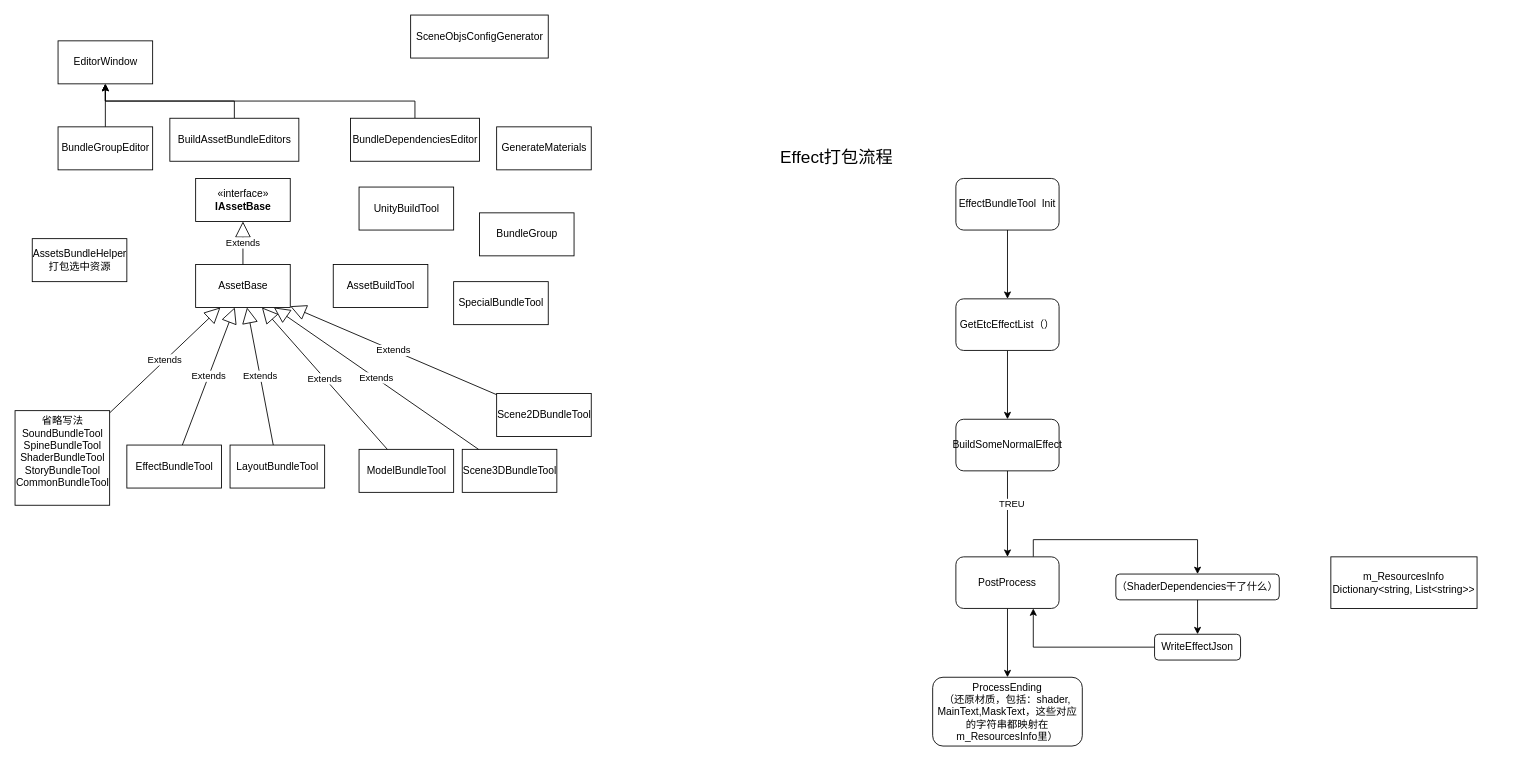
Earlier version of the draw.io diagram PackingModel.drawio (gatzai/DrawioStorage). Source tidied: cells renumbered, new cells numbered last; positions are measured from the earlier drawing's top-left corner, leaving out a move shared by most shapes. Both pictures are drawn from the tidied source at 86%, with x=0, y=0 at pixel (15, 15).
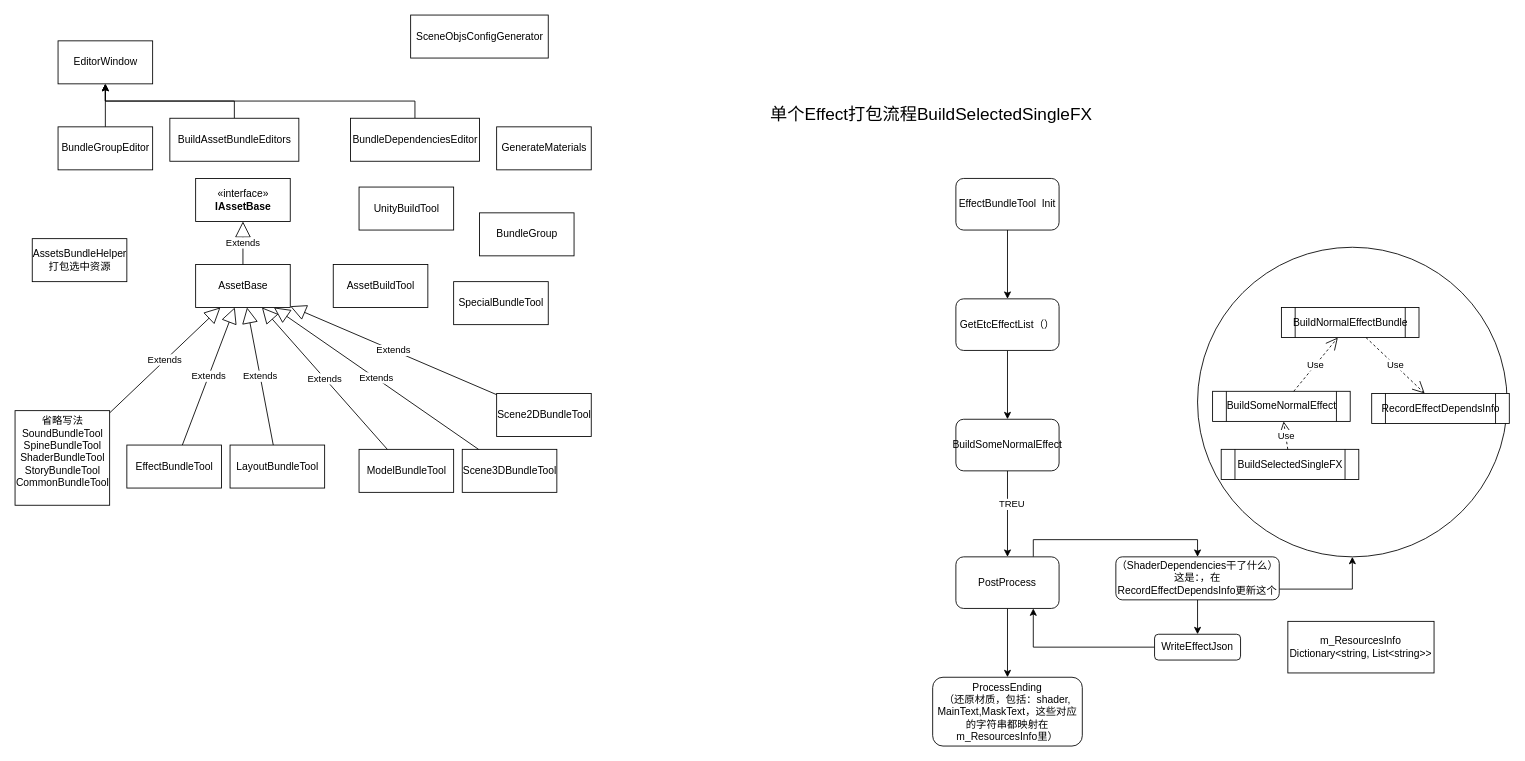
The same page after the edit.

Diff of the diagram source:
```diff
@@
+    <mxCell id="48" style="ellipse;whiteSpace=wrap;html=1;" parent="1" vertex="1">
+      <mxGeometry x="1375" y="270" width="360" height="360" as="geometry" />
+    </mxCell>
@@
     <mxCell id="13" value="m_ResourcesInfo&lt;br&gt;Dictionary&amp;lt;string, List&amp;lt;string&amp;gt;&amp;gt;" style="rounded=0;whiteSpace=wrap;html=1;" parent="1" vertex="1">
-      <mxGeometry x="1530" y="630" width="170" height="60" as="geometry" />
+      <mxGeometry x="1480" y="705" width="170" height="60" as="geometry" />
     </mxCell>
@@
-    <mxCell id="16" value="Effect打包流程" style="text;html=1;align=center;verticalAlign=middle;fontSize=20;" parent="1" vertex="1">
-      <mxGeometry x="880" y="150" width="150" height="30" as="geometry" />
+    <mxCell id="16" value="单个Effect打包流程BuildSelectedSingleFX" style="text;html=1;align=center;verticalAlign=middle;fontSize=20;" parent="1" vertex="1">
+      <mxGeometry x="870" y="100" width="390" height="30" as="geometry" />
     </mxCell>
@@
+    <mxCell id="49" style="edgeStyle=orthogonalEdgeStyle;rounded=0;jettySize=auto;html=1;exitX=1;exitY=0.75;exitDx=0;exitDy=0;" parent="1" edge="1" source="18" target="48">
+      <mxGeometry relative="1" as="geometry" />
+    </mxCell>
-    <mxCell id="18" value="&lt;span style=&quot;font-family: &amp;#34;helvetica&amp;#34;&quot;&gt;（ShaderDependencies干了什么）&lt;/span&gt;" style="rounded=1;whiteSpace=wrap;html=1;" parent="1" vertex="1">
-      <mxGeometry x="1280" y="650" width="190" height="30" as="geometry" />
+    <mxCell id="18" value="&lt;span style=&quot;font-family: &amp;#34;helvetica&amp;#34;&quot;&gt;（ShaderDependencies干了什么）这是：，在&lt;/span&gt;&lt;font face=&quot;helvetica&quot;&gt;RecordEffectDependsInfo更新这个&lt;/font&gt;" style="rounded=1;whiteSpace=wrap;html=1;" parent="1" vertex="1">
+      <mxGeometry x="1280" y="630" width="190" height="50" as="geometry" />
     </mxCell>
@@
+    <mxCell id="50" value="RecordEffectDependsInfo" style="shape=process;whiteSpace=wrap;html=1;backgroundOutline=1;" parent="1" vertex="1">
+      <mxGeometry x="1577.5" y="440" width="160" height="35" as="geometry" />
+    </mxCell>
+    <mxCell id="51" value="BuildNormalEffectBundle" style="shape=process;whiteSpace=wrap;html=1;backgroundOutline=1;" parent="1" vertex="1">
+      <mxGeometry x="1472.5" y="340" width="160" height="35" as="geometry" />
+    </mxCell>
+    <mxCell id="52" value="Use" style="endArrow=open;endSize=12;dashed=1;html=1;" parent="1" edge="1" source="51" target="50">
+      <mxGeometry relative="1" as="geometry" />
+    </mxCell>
+    <mxCell id="53" value="BuildSomeNormalEffect" style="shape=process;whiteSpace=wrap;html=1;backgroundOutline=1;" parent="1" vertex="1">
+      <mxGeometry x="1392.5" y="437.5" width="160" height="35" as="geometry" />
+    </mxCell>
+    <mxCell id="54" value="Use" style="endArrow=open;endSize=12;dashed=1;html=1;" parent="1" edge="1" source="53" target="51">
+      <mxGeometry relative="1" as="geometry" />
+    </mxCell>
+    <mxCell id="55" value="BuildSelectedSingleFX" style="shape=process;whiteSpace=wrap;html=1;backgroundOutline=1;" parent="1" vertex="1">
+      <mxGeometry x="1402.5" y="505" width="160" height="35" as="geometry" />
+    </mxCell>
+    <mxCell id="56" value="Use" style="endArrow=open;endSize=12;dashed=1;html=1;" parent="1" edge="1" source="55" target="53">
+      <mxGeometry relative="1" as="geometry" />
+    </mxCell>
```
